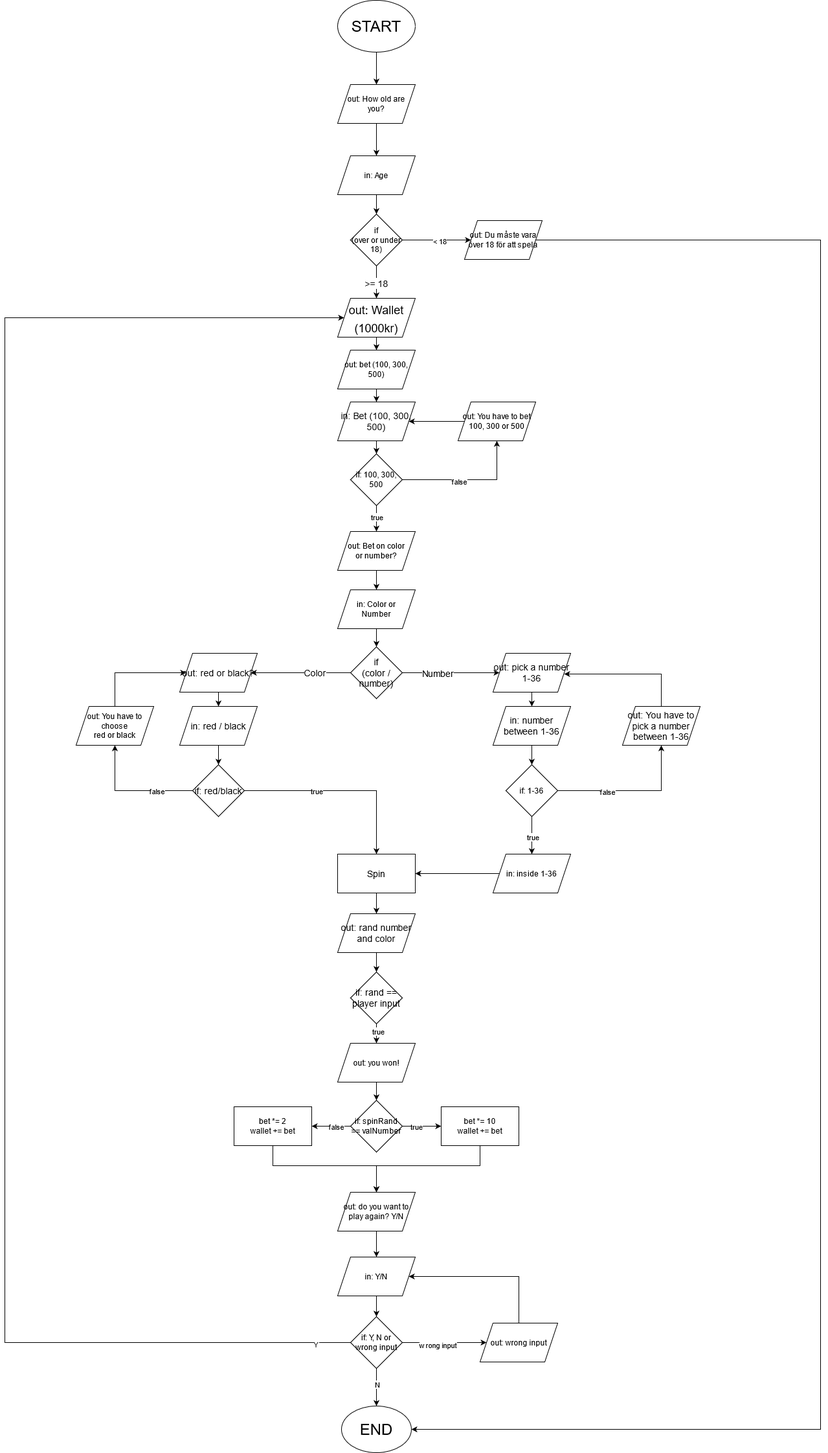
a22edvbu/HiS-projects keeps this draw.io diagram as C++/Roulette c++.drawio.png. Above is the earlier version. Source tidied: cells renumbered, new cells last; positions are measured from the earlier drawing's top-left corner, leaving out a move shared by most shapes.
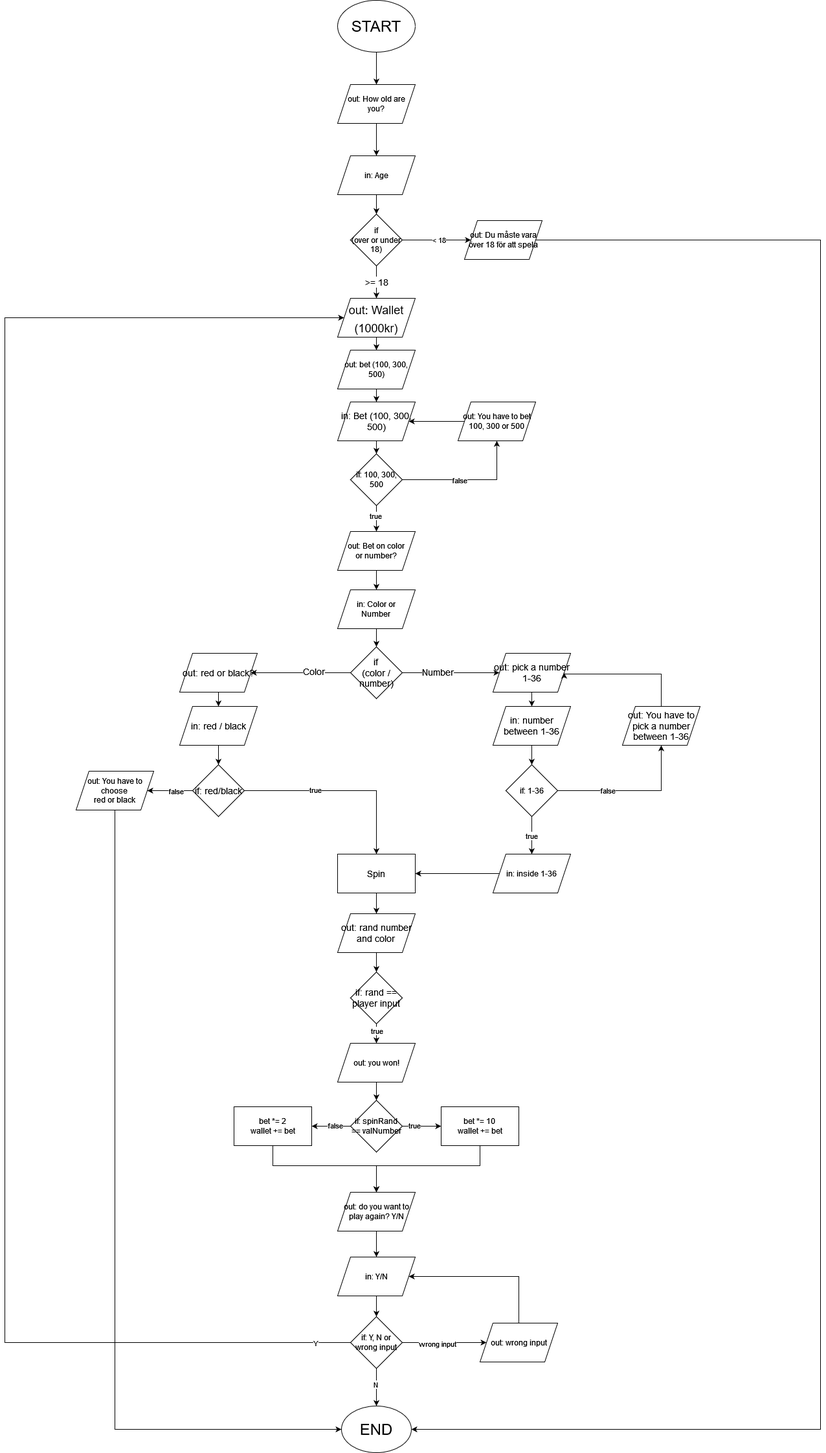
Later version of the same file.

Diff of the diagram source:
```diff
@@ -84,11 +84,11 @@
     <mxCell id="26" value="true" style="edgeLabel;html=1;align=center;verticalAlign=middle;" parent="25" vertex="1">
       <mxGeometry x="-0.27" y="1" relative="1" as="geometry" />
     </mxCell>
-    <mxCell id="27" style="edgeStyle=orthogonalEdgeStyle;rounded=0;jettySize=auto;html=1;entryX=0.5;entryY=1;entryDx=0;entryDy=0;" parent="1" edge="1" source="29" target="42">
+    <mxCell id="27" style="edgeStyle=orthogonalEdgeStyle;rounded=0;jettySize=auto;html=1;entryX=1;entryY=0.5;entryDx=0;entryDy=0;" parent="1" edge="1" source="29" target="42">
       <mxGeometry relative="1" as="geometry" />
     </mxCell>
     <mxCell id="28" value="false" style="edgeLabel;html=1;align=center;verticalAlign=middle;" parent="27" vertex="1">
-      <mxGeometry x="-0.42" y="-1" relative="1" as="geometry" />
+      <mxGeometry x="-0.24" y="1" relative="1" as="geometry" />
     </mxCell>
     <mxCell id="29" value="if: red/black" style="rhombus;whiteSpace=wrap;html=1;rounded=0;shadow=0;labelBackgroundColor=none;labelBorderColor=none;sketch=0;fontSize=14;gradientColor=none;" parent="1" vertex="1">
       <mxGeometry x="290" y="1180" width="80" height="80" as="geometry" />
@@ -131,15 +131,15 @@
     <mxCell id="40" value="out: Du måste vara över 18 för att spela" style="shape=parallelogram;perimeter=parallelogramPerimeter;whiteSpace=wrap;html=1;fixedSize=1;" parent="1" vertex="1">
       <mxGeometry x="710" y="340" width="120" height="60" as="geometry" />
     </mxCell>
-    <mxCell id="41" style="edgeStyle=orthogonalEdgeStyle;rounded=0;jettySize=auto;html=1;exitX=0.5;exitY=0;exitDx=0;exitDy=0;entryX=0;entryY=0.5;entryDx=0;entryDy=0;fontSize=12;" parent="1" edge="1" source="42" target="13">
-      <mxGeometry relative="1" as="geometry">
-        <Array as="points">
-          <mxPoint x="170" y="1038" />
-        </Array>
-      </mxGeometry>
-    </mxCell>
+    <mxCell id="92" style="edgeStyle=orthogonalEdgeStyle;rounded=0;jettySize=auto;html=1;entryX=0;entryY=0.5;entryDx=0;entryDy=0;" parent="1" edge="1" source="42" target="22">
+      <mxGeometry relative="1" as="geometry">
+        <Array as="points">
+          <mxPoint x="170" y="2206" />
+        </Array>
+      </mxGeometry>
+    </mxCell>
     <mxCell id="42" value="&lt;div&gt;out: You have to choose&lt;br&gt;&lt;/div&gt;&lt;div&gt;red or black&lt;/div&gt;" style="shape=parallelogram;perimeter=parallelogramPerimeter;whiteSpace=wrap;html=1;fixedSize=1;fontSize=12;" parent="1" vertex="1">
-      <mxGeometry x="110" y="1090" width="120" height="60" as="geometry" />
+      <mxGeometry x="110" y="1190" width="120" height="60" as="geometry" />
     </mxCell>
     <mxCell id="43" style="edgeStyle=orthogonalEdgeStyle;rounded=0;jettySize=auto;html=1;entryX=1;entryY=0.5;entryDx=0;entryDy=0;" parent="1" edge="1" source="44" target="11">
       <mxGeometry relative="1" as="geometry">
```
